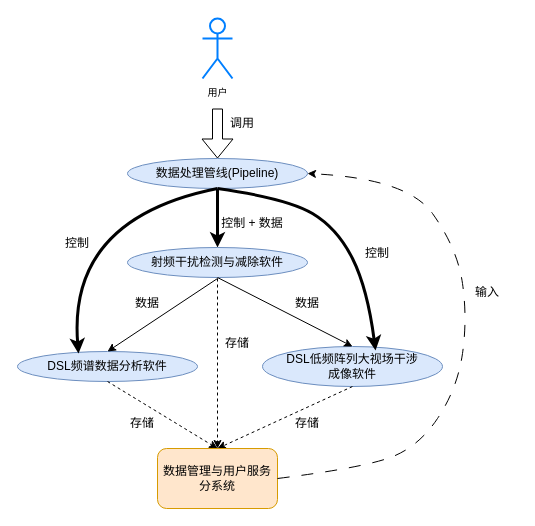
Earlier version of the draw.io diagram pipeline用况图.drawio (zuoshifan/draw_io_diagrams). Source tidied: cells renumbered, new cells numbered last; positions are measured from the earlier drawing's top-left corner, leaving out a move shared by most shapes. Both pictures are drawn from the tidied source at 100%, with x=0, y=0 at pixel (17, 18).
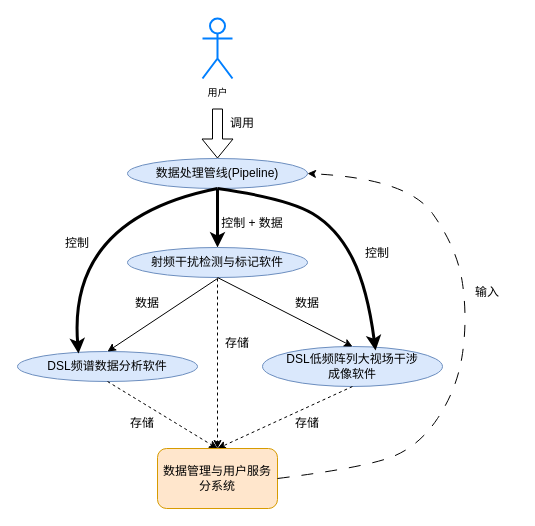
Above is the later version.

Change to the diagram source:
```diff
@@
-    <mxCell id="5" value="射频干扰检测与减除软件" style="ellipse;whiteSpace=wrap;html=1;fillColor=#dae8fc;strokeColor=#6c8ebf;" parent="1" vertex="1">
+    <mxCell id="5" value="射频干扰检测与标记软件" style="ellipse;whiteSpace=wrap;html=1;fillColor=#dae8fc;strokeColor=#6c8ebf;" parent="1" vertex="1">
       <mxGeometry x="110" y="229" width="180" height="30" as="geometry" />
     </mxCell>
```
